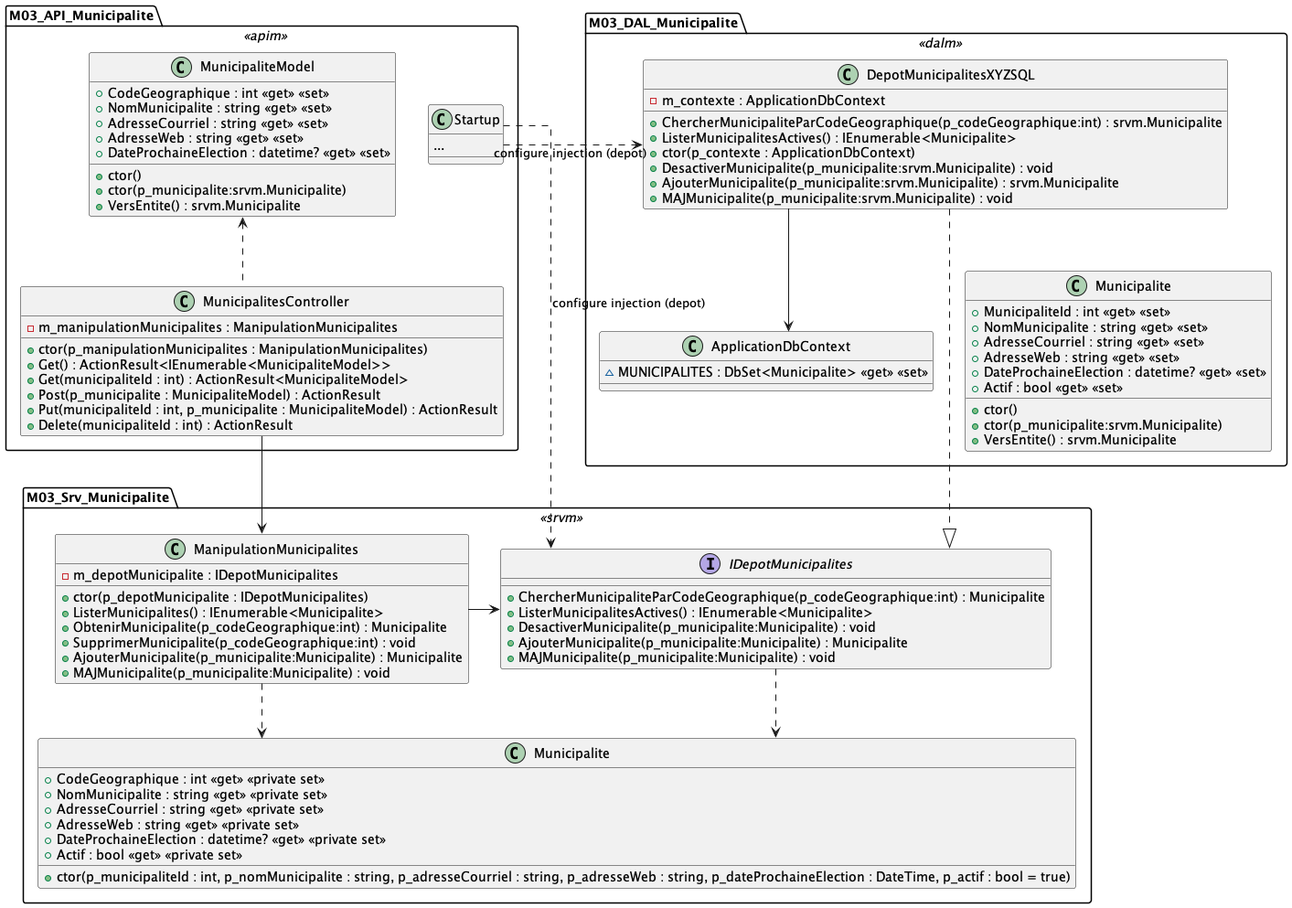
This is images/Module03_REST02/diag/municipalite_api_diag_classes/municipalite_api_diag_classes.png from PiFou86/420-W47-SF, a PlantUML export, as it was before one commit.
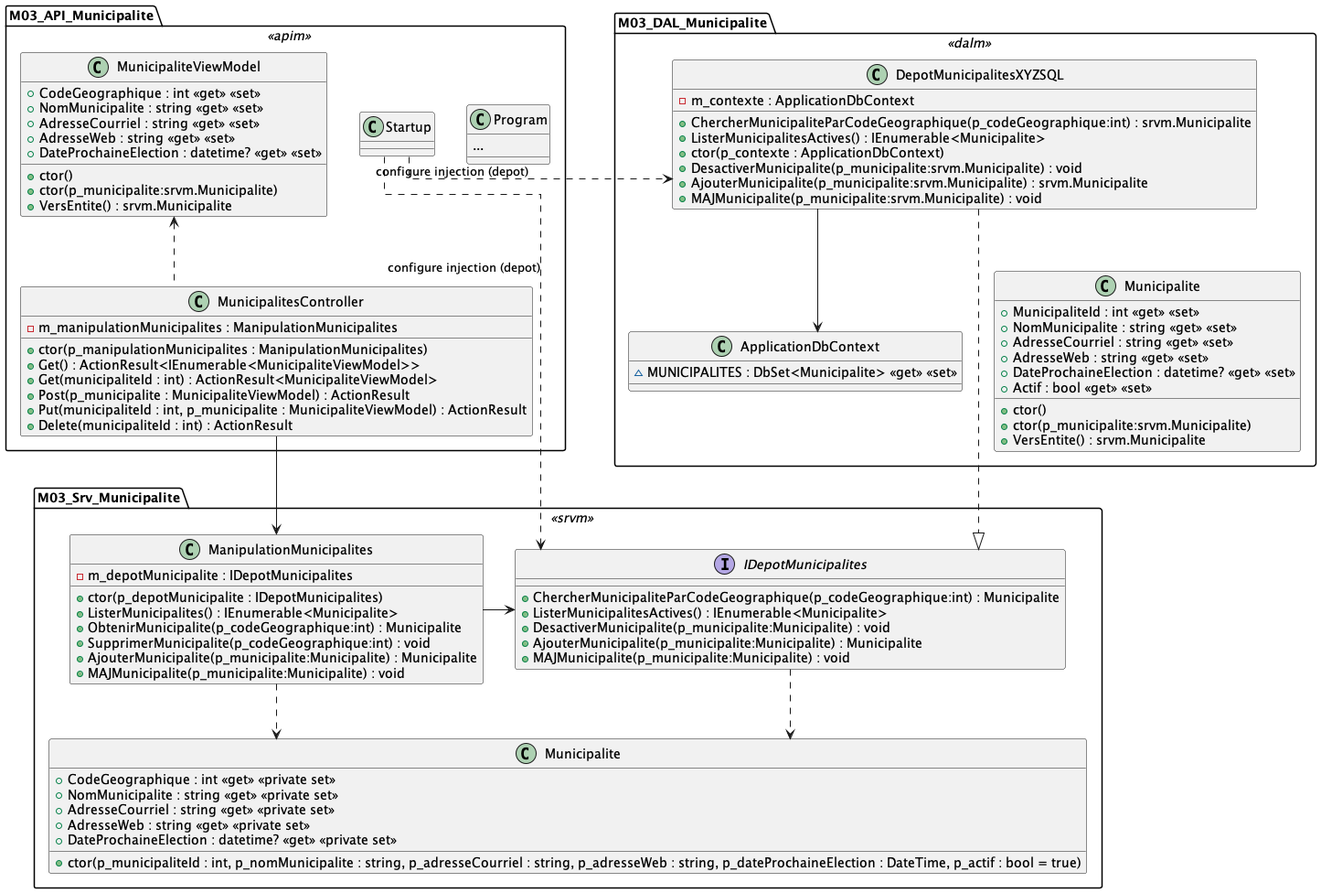
The same file after the commit.

Commit message:
Suppression champ actif de la partie BL

Diff of the diagram source:
```diff
@@ -2,21 +2,21 @@
 skinparam linetype ortho
 
 namespace M03_API_Municipalite << apim >> {
-    class Startup {
+    class Program {
         ...
     }
 
     class MunicipalitesController {
         - m_manipulationMunicipalites : ManipulationMunicipalites
         + ctor(p_manipulationMunicipalites : ManipulationMunicipalites)
-        + Get() : ActionResult<IEnumerable<MunicipaliteModel>>
-        + Get(municipaliteId : int) : ActionResult<MunicipaliteModel>
-        + Post(p_municipalite : MunicipaliteModel) : ActionResult
-        + Put(municipaliteId : int, p_municipalite : MunicipaliteModel) : ActionResult
+        + Get() : ActionResult<IEnumerable<MunicipaliteViewModel>>
+        + Get(municipaliteId : int) : ActionResult<MunicipaliteViewModel>
+        + Post(p_municipalite : MunicipaliteViewModel) : ActionResult
+        + Put(municipaliteId : int, p_municipalite : MunicipaliteViewModel) : ActionResult
         + Delete(municipaliteId : int) : ActionResult
     }
 
-    class MunicipaliteModel {
+    class MunicipaliteViewModel {
         + CodeGeographique : int <<get>> <<set>>
         + NomMunicipalite : string <<get>> <<set>>
         + AdresseCourriel : string <<get>> <<set>>
@@ -27,7 +27,7 @@
         + VersEntite() : srvm.Municipalite
     }
 
-    MunicipalitesController .u.> MunicipaliteModel
+    MunicipalitesController .u.> MunicipaliteViewModel
 }
 
 namespace M03_Srv_Municipalite << srvm >> {
@@ -55,7 +55,6 @@
         + AdresseCourriel : string <<get>> <<private set>>
         + AdresseWeb : string <<get>> <<private set>>
         + DateProchaineElection : datetime? <<get>> <<private set>>
-        + Actif : bool <<get>> <<private set>>
         + ctor(p_municipaliteId : int, p_nomMunicipalite : string, p_adresseCourriel : string, p_adresseWeb : string, p_dateProchaineElection : DateTime, p_actif : bool = true)
     }
 
```
